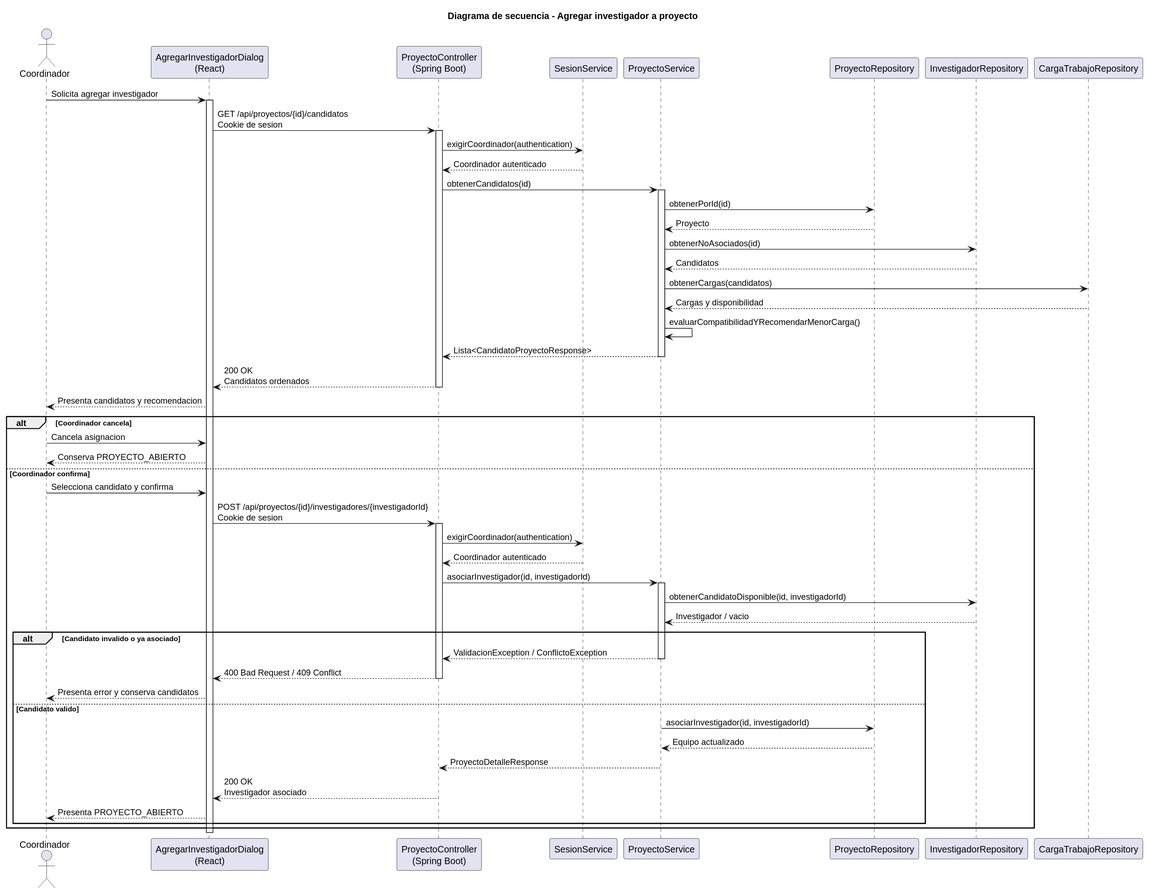
beatriizorozco/25-26-idsw2-sdVC keeps this PlantUML diagram as images/RUP/02-diseño/casos-uso/coordinador/agregarInvestigador/secuencia.svg. Above is the earlier version.
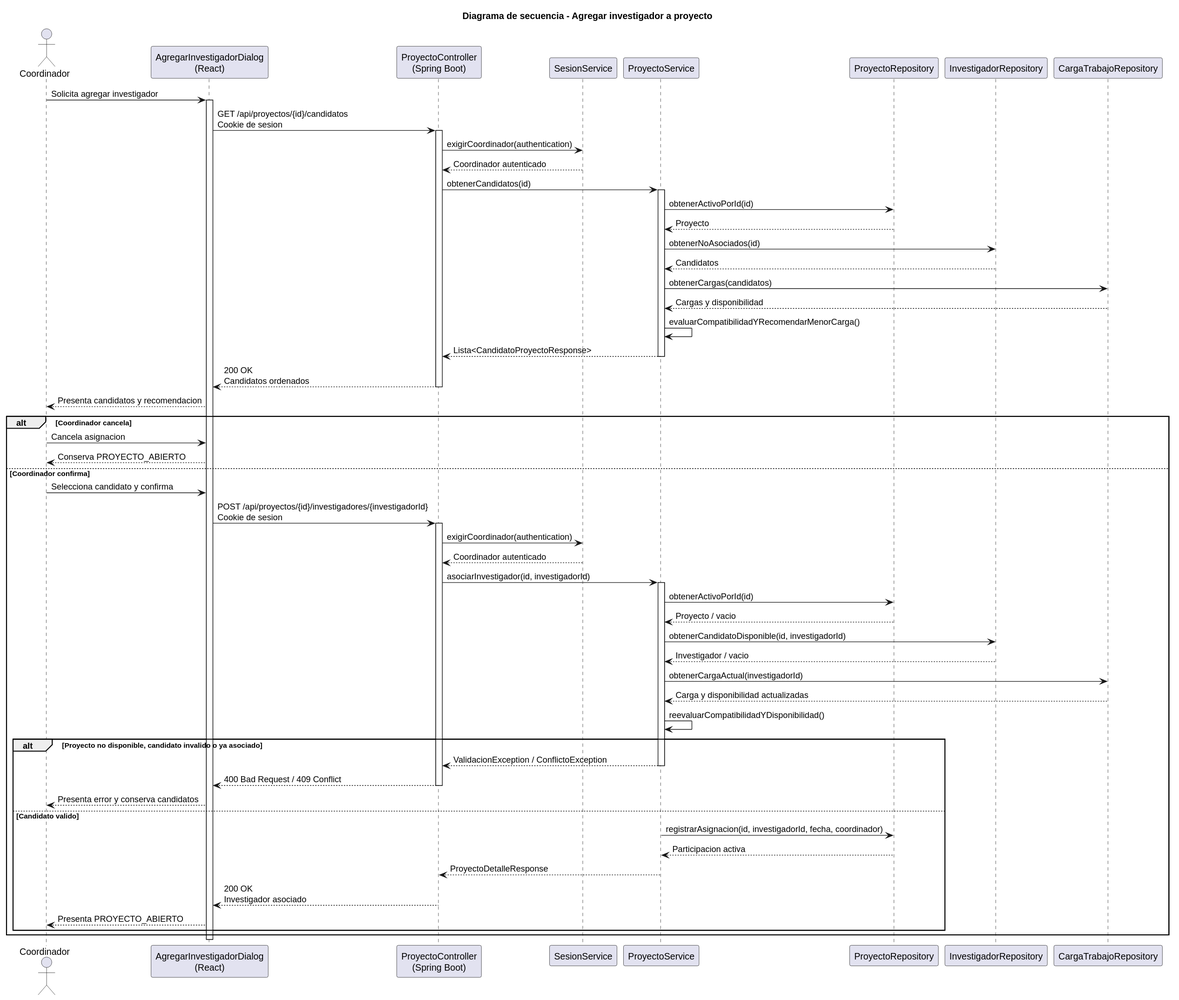
Later version of the same file.

Change to the diagram source:
```diff
@@ -18,7 +18,7 @@
 Sesion --> Api: Coordinador autenticado
 Api -> Service: obtenerCandidatos(id)
 activate Service
-Service -> Repo: obtenerPorId(id)
+Service -> Repo: obtenerActivoPorId(id)
 Repo --> Service: Proyecto
 Service -> InvestigadorRepo: obtenerNoAsociados(id)
 InvestigadorRepo --> Service: Candidatos
@@ -41,17 +41,22 @@
     Sesion --> Api: Coordinador autenticado
     Api -> Service: asociarInvestigador(id, investigadorId)
     activate Service
+    Service -> Repo: obtenerActivoPorId(id)
+    Repo --> Service: Proyecto / vacio
     Service -> InvestigadorRepo: obtenerCandidatoDisponible(id, investigadorId)
     InvestigadorRepo --> Service: Investigador / vacio
-    alt Candidato invalido o ya asociado
+    Service -> CargaRepo: obtenerCargaActual(investigadorId)
+    CargaRepo --> Service: Carga y disponibilidad actualizadas
+    Service -> Service: reevaluarCompatibilidadYDisponibilidad()
+    alt Proyecto no disponible, candidato invalido o ya asociado
         Service --> Api: ValidacionException / ConflictoException
         deactivate Service
         Api --> Frontend: 400 Bad Request / 409 Conflict
         deactivate Api
         Frontend --> Coordinador: Presenta error y conserva candidatos
     else Candidato valido
-        Service -> Repo: asociarInvestigador(id, investigadorId)
-        Repo --> Service: Equipo actualizado
+        Service -> Repo: registrarAsignacion(id, investigadorId, fecha, coordinador)
+        Repo --> Service: Participacion activa
         Service --> Api: ProyectoDetalleResponse
         deactivate Service
         Api --> Frontend: 200 OK\nInvestigador asociado
```
